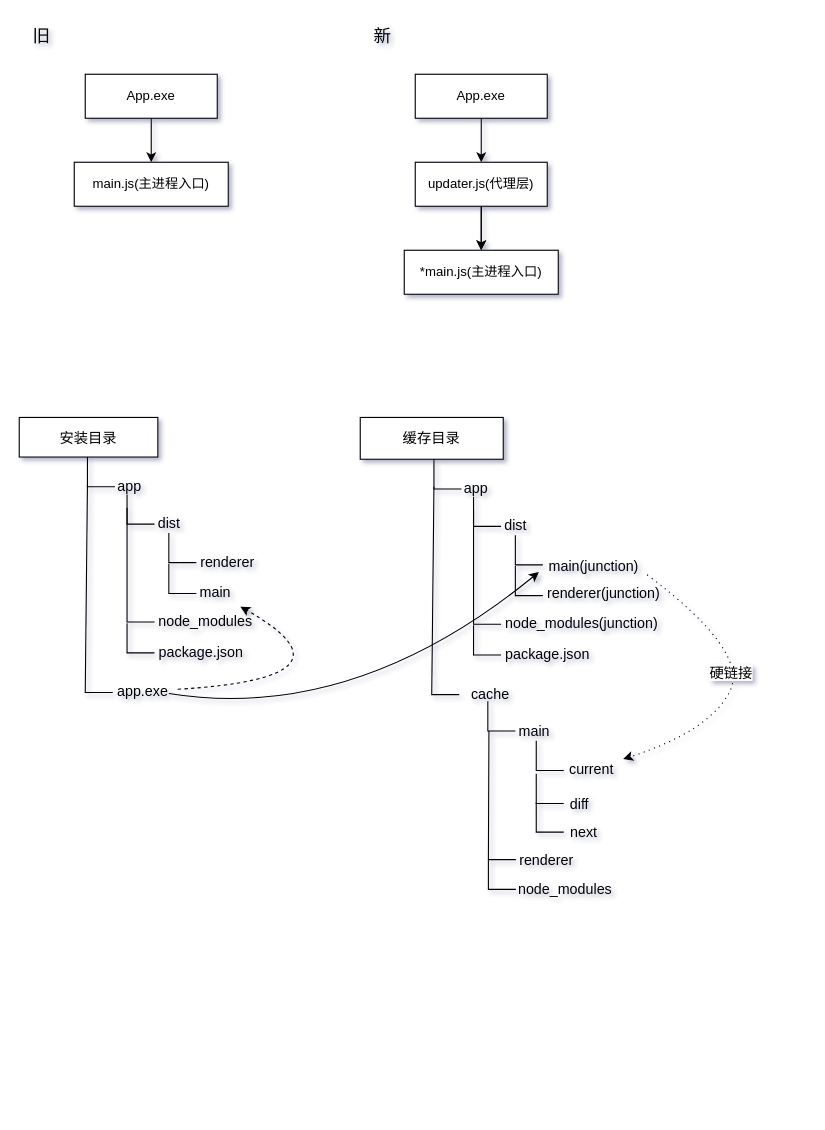
Howlcn1997/diagram_document_storage keeps this draw.io diagram as Electron更新机制.drawio. Above is the earlier version. Source tidied: cells renumbered, new cells numbered last; positions are measured from the earlier drawing's top-left corner, leaving out a move shared by most shapes. Both pictures are drawn from the tidied source at 110%, with x=0, y=0 at pixel (19, 19).
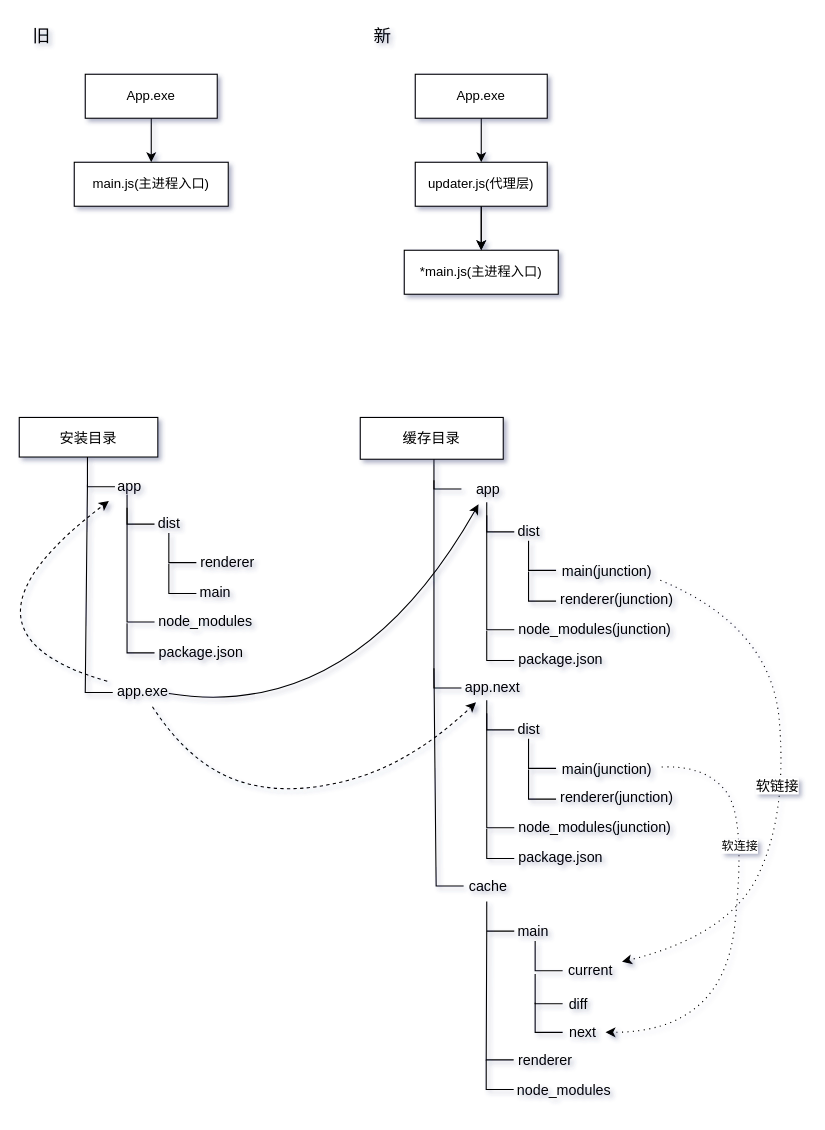
The same page after the edit.

Commit message:
更新Electron更新机制.drawio

The change refers to these unchanged cells:
```xml
<mxCell id="16" value="app" style="text;html=1;align=center;verticalAlign=middle;points=[];strokeColor=none;fillColor=none;fontSize=13;" parent="1" vertex="1">
  <mxGeometry x="80" y="410" width="40" height="28" as="geometry" />
</mxCell>
<mxCell id="26" value="main" style="text;html=1;align=center;verticalAlign=middle;points=[];strokeColor=none;fillColor=none;fontSize=13;" parent="1" vertex="1">
  <mxGeometry x="155" y="507" width="46" height="28" as="geometry" />
</mxCell>
<mxCell id="28" value="app.exe" style="text;html=1;align=center;verticalAlign=middle;points=[];strokeColor=none;fillColor=none;fontSize=13;" parent="1" vertex="1">
  <mxGeometry x="80" y="597" width="64" height="28" as="geometry" />
</mxCell>
```

Change to the diagram source:
```diff
@@
     <mxCell id="29" value="app" style="text;html=1;align=center;verticalAlign=middle;points=[];strokeColor=none;fillColor=none;fontSize=13;" parent="1" vertex="1">
-      <mxGeometry x="395" y="412" width="40" height="28" as="geometry" />
+      <mxGeometry x="405.5" y="413" width="40" height="28" as="geometry" />
     </mxCell>
     <mxCell id="30" style="endArrow=none;html=1;rounded=0;fontSize=13;" parent="1" edge="1">
       <mxGeometry relative="1" as="geometry">
-        <mxPoint x="438" y="461" as="sourcePoint" />
-        <mxPoint x="413" y="434" as="targetPoint" />
+        <mxPoint x="450" y="466" as="sourcePoint" />
+        <mxPoint x="425" y="439" as="targetPoint" />
         <Array as="points">
-          <mxPoint x="413" y="461" />
+          <mxPoint x="425" y="466" />
         </Array>
       </mxGeometry>
     </mxCell>
     <mxCell id="31" value="dist" style="text;html=1;align=center;verticalAlign=middle;strokeColor=none;fillColor=none;fontSize=13;" parent="1" vertex="1">
-      <mxGeometry x="432" y="446" width="38" height="28" as="geometry" />
+      <mxGeometry x="444" y="451" width="38" height="28" as="geometry" />
     </mxCell>
     <mxCell id="32" style="endArrow=none;html=1;rounded=0;fontSize=13;" parent="1" edge="1">
       <mxGeometry relative="1" as="geometry">
-        <mxPoint x="438" y="550" as="sourcePoint" />
-        <mxPoint x="413" y="446" as="targetPoint" />
+        <mxPoint x="450" y="555" as="sourcePoint" />
+        <mxPoint x="425" y="451" as="targetPoint" />
         <Array as="points">
-          <mxPoint x="413" y="550" />
+          <mxPoint x="425" y="555" />
         </Array>
       </mxGeometry>
     </mxCell>
     <mxCell id="33" value="node_modules(junction)" style="text;html=1;align=center;verticalAlign=middle;strokeColor=none;fillColor=none;fontSize=13;" parent="1" vertex="1">
-      <mxGeometry x="432" y="535" width="157" height="28" as="geometry" />
+      <mxGeometry x="444" y="540" width="157" height="28" as="geometry" />
     </mxCell>
     <mxCell id="34" style="endArrow=none;html=1;rounded=0;fontSize=13;" parent="1" edge="1">
       <mxGeometry relative="1" as="geometry">
-        <mxPoint x="438" y="578" as="sourcePoint" />
-        <mxPoint x="413" y="551" as="targetPoint" />
+        <mxPoint x="450" y="583" as="sourcePoint" />
+        <mxPoint x="425" y="556" as="targetPoint" />
         <Array as="points">
-          <mxPoint x="413" y="578" />
+          <mxPoint x="425" y="583" />
         </Array>
       </mxGeometry>
     </mxCell>
     <mxCell id="35" value="package.json" style="text;html=1;align=center;verticalAlign=middle;strokeColor=none;fillColor=none;fontSize=13;" parent="1" vertex="1">
-      <mxGeometry x="432" y="563" width="95" height="28" as="geometry" />
+      <mxGeometry x="444" y="568" width="95" height="28" as="geometry" />
     </mxCell>
     <mxCell id="36" style="endArrow=none;html=1;rounded=0;fontSize=13;" parent="1" edge="1">
       <mxGeometry relative="1" as="geometry">
-        <mxPoint x="476" y="524" as="sourcePoint" />
-        <mxPoint x="451" y="497" as="targetPoint" />
+        <mxPoint x="488" y="529" as="sourcePoint" />
+        <mxPoint x="463" y="502" as="targetPoint" />
         <Array as="points">
-          <mxPoint x="451" y="524" />
+          <mxPoint x="463" y="529" />
         </Array>
       </mxGeometry>
     </mxCell>
     <mxCell id="37" style="endArrow=none;html=1;rounded=0;fontSize=13;" parent="1" edge="1">
       <mxGeometry relative="1" as="geometry">
-        <mxPoint x="476" y="496" as="sourcePoint" />
-        <mxPoint x="451" y="469" as="targetPoint" />
+        <mxPoint x="488" y="501" as="sourcePoint" />
+        <mxPoint x="463" y="474" as="targetPoint" />
         <Array as="points">
-          <mxPoint x="451" y="496" />
+          <mxPoint x="463" y="501" />
         </Array>
       </mxGeometry>
     </mxCell>
     <mxCell id="38" value="renderer(junction)" style="text;html=1;align=center;verticalAlign=middle;strokeColor=none;fillColor=none;fontSize=13;" parent="1" vertex="1">
-      <mxGeometry x="470" y="508" width="121" height="28" as="geometry" />
+      <mxGeometry x="482" y="513" width="121" height="28" as="geometry" />
     </mxCell>
     <mxCell id="39" value="main(junction)" style="text;html=1;align=center;verticalAlign=middle;points=[];strokeColor=none;fillColor=none;fontSize=13;" parent="1" vertex="1">
-      <mxGeometry x="472" y="483" width="100" height="28" as="geometry" />
+      <mxGeometry x="484" y="488" width="100" height="28" as="geometry" />
     </mxCell>
     <mxCell id="40" style="endArrow=none;html=1;rounded=0;fontSize=13;" parent="1" edge="1">
       <mxGeometry relative="1" as="geometry">
-        <mxPoint x="400" y="614" as="sourcePoint" />
-        <mxPoint x="377" y="425" as="targetPoint" />
+        <mxPoint x="404" y="788" as="sourcePoint" />
+        <mxPoint x="377" y="590" as="targetPoint" />
         <Array as="points">
-          <mxPoint x="375" y="614" />
+          <mxPoint x="379" y="788" />
         </Array>
       </mxGeometry>
     </mxCell>
     <mxCell id="41" value="cache" style="text;html=1;align=center;verticalAlign=middle;strokeColor=none;fillColor=none;fontSize=13;" parent="1" vertex="1">
-      <mxGeometry x="401" y="599" width="53" height="28" as="geometry" />
+      <mxGeometry x="399" y="774" width="53" height="28" as="geometry" />
     </mxCell>
@@
     <mxCell id="43" style="endArrow=none;html=1;rounded=0;fontSize=13;" parent="1" edge="1">
       <mxGeometry relative="1" as="geometry">
-        <mxPoint x="451.5" y="764" as="sourcePoint" />
-        <mxPoint x="427" y="647" as="targetPoint" />
+        <mxPoint x="449.5" y="946" as="sourcePoint" />
+        <mxPoint x="425" y="829" as="targetPoint" />
         <Array as="points">
-          <mxPoint x="426.5" y="764" />
+          <mxPoint x="424.5" y="946" />
         </Array>
       </mxGeometry>
     </mxCell>
     <mxCell id="44" style="endArrow=none;html=1;rounded=0;fontSize=13;" parent="1" edge="1">
       <mxGeometry relative="1" as="geometry">
-        <mxPoint x="451" y="647" as="sourcePoint" />
-        <mxPoint x="426" y="620" as="targetPoint" />
+        <mxPoint x="450" y="829" as="sourcePoint" />
+        <mxPoint x="425" y="802" as="targetPoint" />
         <Array as="points">
-          <mxPoint x="426" y="647" />
+          <mxPoint x="425" y="829" />
         </Array>
       </mxGeometry>
     </mxCell>
     <mxCell id="45" value="renderer" style="text;html=1;align=center;verticalAlign=middle;strokeColor=none;fillColor=none;fontSize=13;" parent="1" vertex="1">
-      <mxGeometry x="445.5" y="750" width="67" height="28" as="geometry" />
+      <mxGeometry x="444.5" y="932" width="67" height="28" as="geometry" />
     </mxCell>
     <mxCell id="46" value="main" style="text;html=1;align=center;verticalAlign=middle;strokeColor=none;fillColor=none;fontSize=13;" parent="1" vertex="1">
-      <mxGeometry x="445" y="633" width="46" height="28" as="geometry" />
+      <mxGeometry x="444" y="815" width="46" height="28" as="geometry" />
     </mxCell>
     <mxCell id="47" value="node_modules" style="text;html=1;align=center;verticalAlign=middle;strokeColor=none;fillColor=none;fontSize=13;" parent="1" vertex="1">
-      <mxGeometry x="444" y="777" width="103" height="28" as="geometry" />
+      <mxGeometry x="443" y="959" width="103" height="28" as="geometry" />
     </mxCell>
     <mxCell id="48" style="endArrow=none;html=1;rounded=0;fontSize=13;" parent="1" edge="1">
       <mxGeometry relative="1" as="geometry">
-        <mxPoint x="451.5" y="791" as="sourcePoint" />
-        <mxPoint x="426.5" y="764" as="targetPoint" />
+        <mxPoint x="449.5" y="973" as="sourcePoint" />
+        <mxPoint x="424.5" y="946" as="targetPoint" />
         <Array as="points">
-          <mxPoint x="426.5" y="791" />
+          <mxPoint x="424.5" y="973" />
         </Array>
       </mxGeometry>
     </mxCell>
     <mxCell id="49" style="endArrow=none;html=1;rounded=0;fontSize=13;" parent="1" edge="1">
       <mxGeometry relative="1" as="geometry">
-        <mxPoint x="495" y="683" as="sourcePoint" />
-        <mxPoint x="470" y="656" as="targetPoint" />
+        <mxPoint x="494" y="865" as="sourcePoint" />
+        <mxPoint x="469" y="838" as="targetPoint" />
         <Array as="points">
-          <mxPoint x="470" y="683" />
+          <mxPoint x="469" y="865" />
         </Array>
       </mxGeometry>
     </mxCell>
     <mxCell id="50" value="current" style="text;html=1;align=center;verticalAlign=middle;points=[];strokeColor=none;fillColor=none;fontSize=13;" parent="1" vertex="1">
-      <mxGeometry x="491" y="668" width="58" height="28" as="geometry" />
+      <mxGeometry x="490" y="850" width="58" height="28" as="geometry" />
     </mxCell>
     <mxCell id="51" style="endArrow=none;html=1;rounded=0;fontSize=13;" parent="1" edge="1">
       <mxGeometry relative="1" as="geometry">
-        <mxPoint x="495" y="713" as="sourcePoint" />
-        <mxPoint x="470" y="686" as="targetPoint" />
+        <mxPoint x="494" y="895" as="sourcePoint" />
+        <mxPoint x="469" y="868" as="targetPoint" />
         <Array as="points">
-          <mxPoint x="470" y="713" />
+          <mxPoint x="469" y="895" />
         </Array>
       </mxGeometry>
     </mxCell>
     <mxCell id="52" value="diff" style="text;html=1;align=center;verticalAlign=middle;strokeColor=none;fillColor=none;fontSize=13;" parent="1" vertex="1">
-      <mxGeometry x="491" y="699" width="35" height="28" as="geometry" />
+      <mxGeometry x="490" y="881" width="35" height="28" as="geometry" />
     </mxCell>
     <mxCell id="53" style="endArrow=none;html=1;rounded=0;fontSize=13;" parent="1" edge="1">
       <mxGeometry relative="1" as="geometry">
-        <mxPoint x="495" y="739" as="sourcePoint" />
-        <mxPoint x="470" y="712" as="targetPoint" />
+        <mxPoint x="494" y="921" as="sourcePoint" />
+        <mxPoint x="469" y="894" as="targetPoint" />
         <Array as="points">
-          <mxPoint x="470" y="739" />
+          <mxPoint x="469" y="921" />
         </Array>
       </mxGeometry>
     </mxCell>
     <mxCell id="54" value="next" style="text;html=1;align=center;verticalAlign=middle;points=[];strokeColor=none;fillColor=none;fontSize=13;" parent="1" vertex="1">
-      <mxGeometry x="491" y="725" width="43" height="28" as="geometry" />
+      <mxGeometry x="490" y="907" width="43" height="28" as="geometry" />
     </mxCell>
-    <mxCell id="55" style="curved=1;endArrow=classic;html=1;rounded=0;fontSize=13;entryX=0.004;entryY=0.7;entryDx=0;entryDy=0;entryPerimeter=0;" parent="1" edge="1" target="39">
+    <mxCell id="55" style="curved=1;endArrow=classic;html=1;rounded=0;fontSize=13;" parent="1" edge="1" target="29">
       <mxGeometry relative="1" as="geometry">
         <mxPoint x="136" y="613" as="sourcePoint" />
         <Array as="points">
           <mxPoint x="304" y="640" />
         </Array>
       </mxGeometry>
     </mxCell>
-    <mxCell id="56" style="curved=1;endArrow=classic;html=1;rounded=0;fontSize=13;dashed=1;" parent="1" edge="1" source="28" target="26">
+    <mxCell id="56" style="curved=1;endArrow=classic;html=1;rounded=0;fontSize=13;dashed=1;" parent="1" edge="1" source="28" target="16">
       <mxGeometry relative="1" as="geometry">
         <Array as="points">
-          <mxPoint x="316" y="599" />
+          <mxPoint x="-76" y="557" />
         </Array>
       </mxGeometry>
     </mxCell>
     <mxCell id="57" style="curved=1;endArrow=classic;html=1;rounded=0;dashed=1;fontSize=13;exitX=0.988;exitY=0.786;exitDx=0;exitDy=0;exitPerimeter=0;dashPattern=1 4;" parent="1" edge="1" source="39" target="50">
       <mxGeometry relative="1" as="geometry">
         <Array as="points">
-          <mxPoint x="664" y="575" />
-          <mxPoint x="628" y="647" />
+          <mxPoint x="684" y="552" />
+          <mxPoint x="698" y="724" />
+          <mxPoint x="645" y="833" />
         </Array>
       </mxGeometry>
     </mxCell>
-    <mxCell id="58" value="硬链接" style="edgeLabel;html=1;align=center;verticalAlign=middle;fontSize=13;" parent="57" vertex="1">
+    <mxCell id="58" value="软链接" style="edgeLabel;html=1;align=center;verticalAlign=middle;fontSize=13;" parent="57" vertex="1">
       <mxGeometry x="0.01" y="-7" relative="1" as="geometry" />
     </mxCell>
+    <mxCell id="59" value="app.next" style="text;html=1;align=center;verticalAlign=middle;points=[];strokeColor=none;fillColor=none;fontSize=13;" parent="1" vertex="1">
+      <mxGeometry x="396" y="593" width="68" height="28" as="geometry" />
+    </mxCell>
+    <mxCell id="60" style="endArrow=none;html=1;rounded=0;fontSize=13;" parent="1" edge="1">
+      <mxGeometry relative="1" as="geometry">
+        <mxPoint x="450" y="646" as="sourcePoint" />
+        <mxPoint x="425" y="619" as="targetPoint" />
+        <Array as="points">
+          <mxPoint x="425" y="646" />
+        </Array>
+      </mxGeometry>
+    </mxCell>
+    <mxCell id="61" value="dist" style="text;html=1;align=center;verticalAlign=middle;strokeColor=none;fillColor=none;fontSize=13;" parent="1" vertex="1">
+      <mxGeometry x="444" y="631" width="38" height="28" as="geometry" />
+    </mxCell>
+    <mxCell id="62" style="endArrow=none;html=1;rounded=0;fontSize=13;" parent="1" edge="1">
+      <mxGeometry relative="1" as="geometry">
+        <mxPoint x="450" y="735" as="sourcePoint" />
+        <mxPoint x="425" y="631" as="targetPoint" />
+        <Array as="points">
+          <mxPoint x="425" y="735" />
+        </Array>
+      </mxGeometry>
+    </mxCell>
+    <mxCell id="63" value="node_modules(junction)" style="text;html=1;align=center;verticalAlign=middle;strokeColor=none;fillColor=none;fontSize=13;" parent="1" vertex="1">
+      <mxGeometry x="444" y="720" width="157" height="28" as="geometry" />
+    </mxCell>
+    <mxCell id="64" style="endArrow=none;html=1;rounded=0;fontSize=13;" parent="1" edge="1">
+      <mxGeometry relative="1" as="geometry">
+        <mxPoint x="450" y="763" as="sourcePoint" />
+        <mxPoint x="425" y="736" as="targetPoint" />
+        <Array as="points">
+          <mxPoint x="425" y="763" />
+        </Array>
+      </mxGeometry>
+    </mxCell>
+    <mxCell id="65" value="package.json" style="text;html=1;align=center;verticalAlign=middle;strokeColor=none;fillColor=none;fontSize=13;" parent="1" vertex="1">
+      <mxGeometry x="444" y="748" width="95" height="28" as="geometry" />
+    </mxCell>
+    <mxCell id="66" style="endArrow=none;html=1;rounded=0;fontSize=13;" parent="1" edge="1">
+      <mxGeometry relative="1" as="geometry">
+        <mxPoint x="488" y="709" as="sourcePoint" />
+        <mxPoint x="463" y="682" as="targetPoint" />
+        <Array as="points">
+          <mxPoint x="463" y="709" />
+        </Array>
+      </mxGeometry>
+    </mxCell>
+    <mxCell id="67" style="endArrow=none;html=1;rounded=0;fontSize=13;" parent="1" edge="1">
+      <mxGeometry relative="1" as="geometry">
+        <mxPoint x="488" y="681" as="sourcePoint" />
+        <mxPoint x="463" y="654" as="targetPoint" />
+        <Array as="points">
+          <mxPoint x="463" y="681" />
+        </Array>
+      </mxGeometry>
+    </mxCell>
+    <mxCell id="68" value="renderer(junction)" style="text;html=1;align=center;verticalAlign=middle;strokeColor=none;fillColor=none;fontSize=13;" parent="1" vertex="1">
+      <mxGeometry x="482" y="693" width="121" height="28" as="geometry" />
+    </mxCell>
+    <mxCell id="69" value="main(junction)" style="text;html=1;align=center;verticalAlign=middle;points=[];strokeColor=none;fillColor=none;fontSize=13;" parent="1" vertex="1">
+      <mxGeometry x="484" y="668" width="100" height="28" as="geometry" />
+    </mxCell>
+    <mxCell id="70" style="endArrow=none;html=1;rounded=0;fontSize=13;" parent="1" edge="1">
+      <mxGeometry relative="1" as="geometry">
+        <mxPoint x="402" y="608" as="sourcePoint" />
+        <mxPoint x="377" y="419" as="targetPoint" />
+        <Array as="points">
+          <mxPoint x="377" y="608" />
+        </Array>
+      </mxGeometry>
+    </mxCell>
+    <mxCell id="71" style="curved=1;endArrow=classic;html=1;rounded=0;dashed=1;dashPattern=1 4;" parent="1" edge="1" source="69" target="54">
+      <mxGeometry relative="1" as="geometry">
+        <Array as="points">
+          <mxPoint x="624" y="678" />
+          <mxPoint x="661" y="726" />
+          <mxPoint x="640" y="921" />
+        </Array>
+      </mxGeometry>
+    </mxCell>
+    <mxCell id="72" value="软连接" style="edgeLabel;html=1;align=center;verticalAlign=middle;" parent="71" vertex="1">
+      <mxGeometry x="-0.37" y="-4" relative="1" as="geometry" />
+    </mxCell>
+    <mxCell id="73" style="curved=1;endArrow=classic;html=1;rounded=0;dashed=1;" parent="1" edge="1" source="28" target="59">
+      <mxGeometry relative="1" as="geometry">
+        <Array as="points">
+          <mxPoint x="155" y="677" />
+          <mxPoint x="241" y="707" />
+          <mxPoint x="356" y="677" />
+        </Array>
+      </mxGeometry>
+    </mxCell>
```
